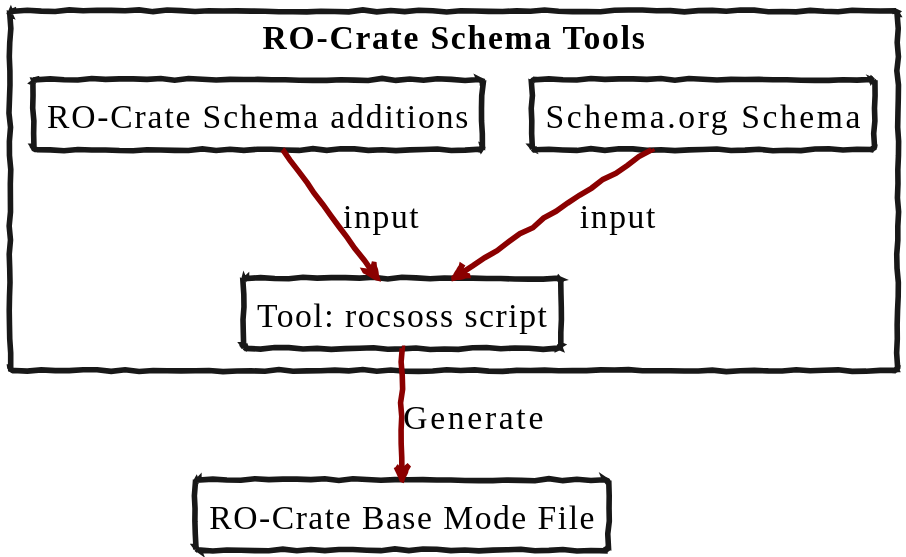
Earlier version of the PlantUML export docs/images/soss-to-profile.svg (Language-Research-Technology/ro-crate-modes).
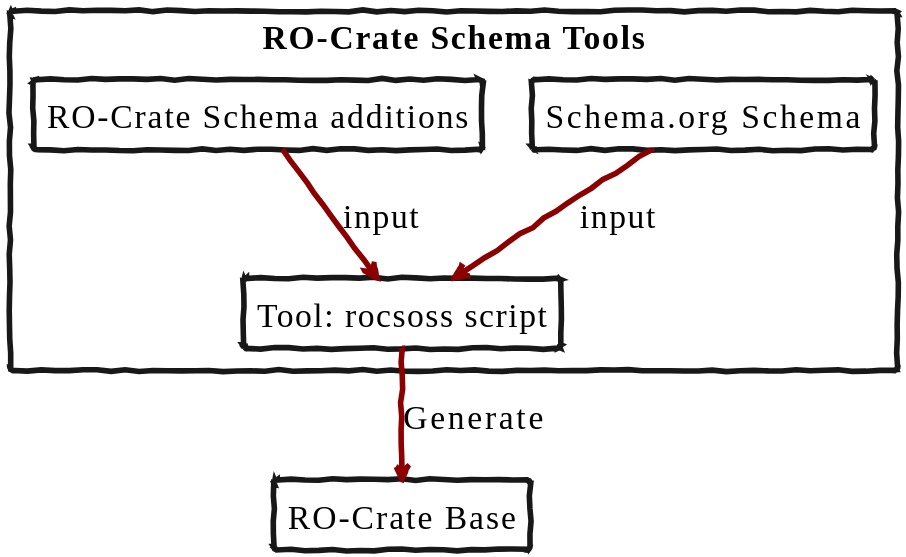
After the commit.

What changed in the source:
```diff
@@ -7,7 +7,7 @@
 rectangle "Tool: rocsoss script" as rocsoss
 }
 
-rectangle "RO-Crate Base Mode File" as rop
+rectangle "RO-Crate Base" as rop
 
 sos -down-> rocsoss : input
 roc -down-> rocsoss : input
```
